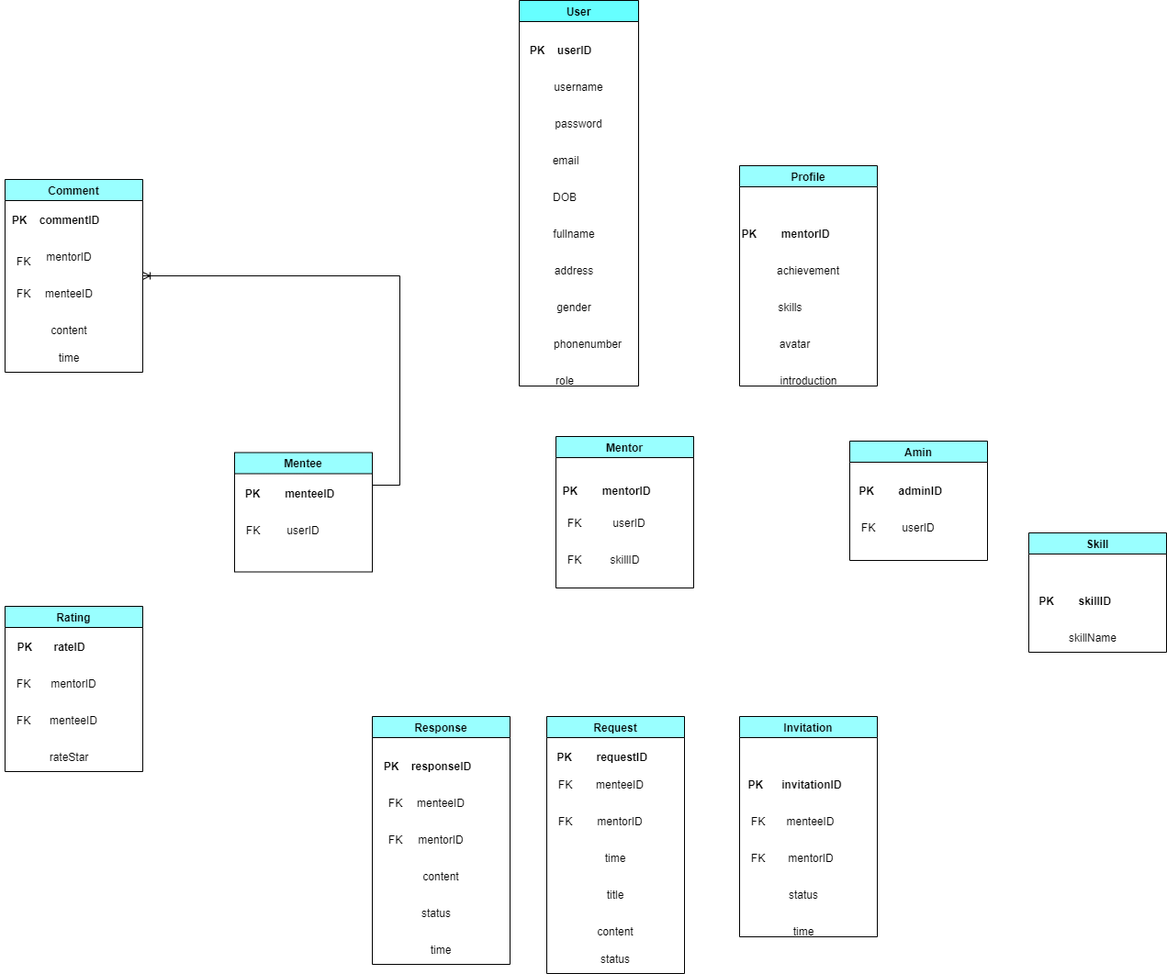
Above: HappyProgramming_DB.drawio.png in dungdt23/SWP391_Document (draw.io), before the change. Source tidied: cells renumbered, new cells last; positions are measured from the earlier drawing's top-left corner, leaving out a move shared by most shapes.
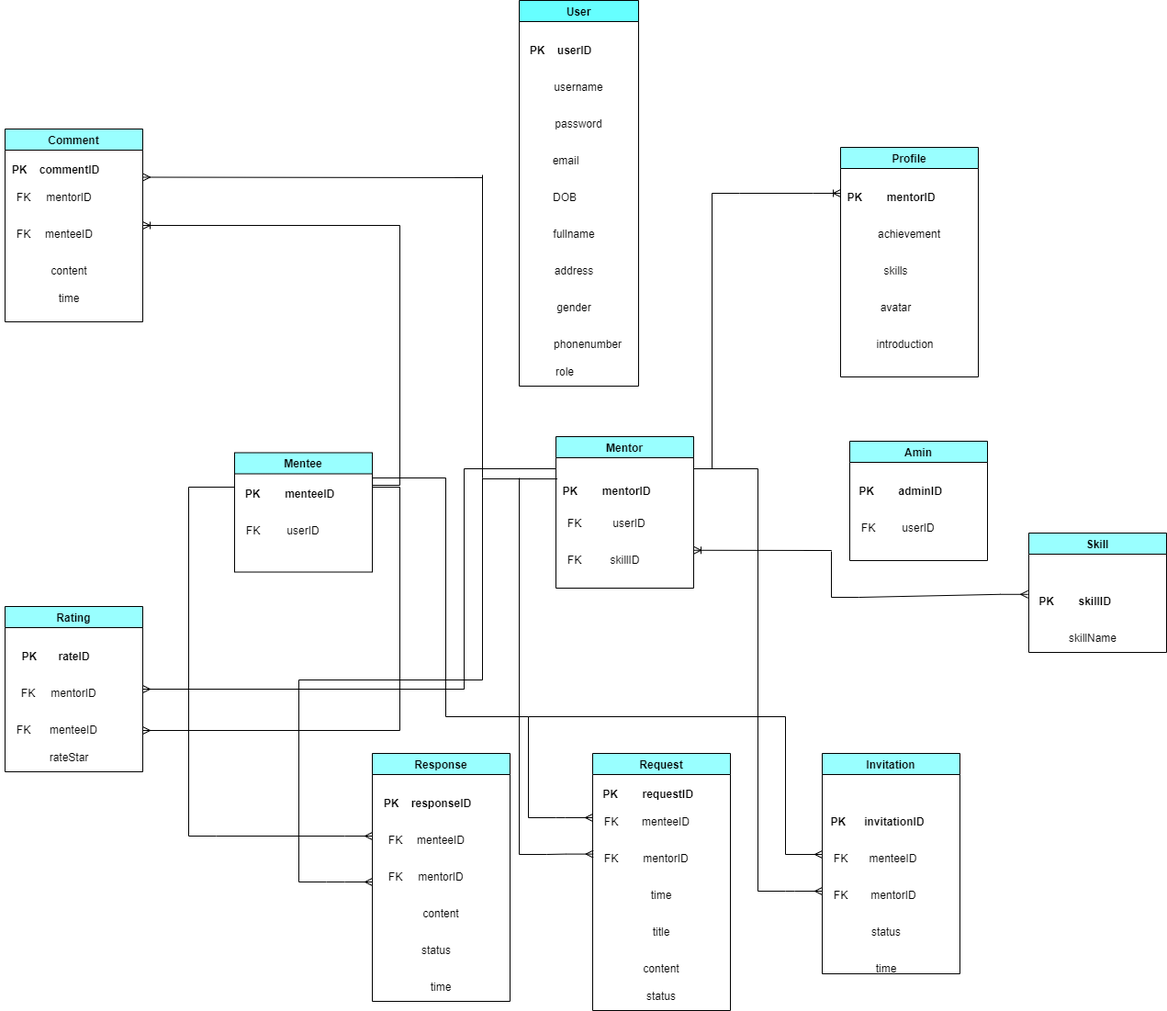
Later version of the same file.

Diff of the diagram source:
```diff
@@ -33,7 +33,7 @@
       <mxGeometry x="45" y="360" width="60" height="30" as="geometry" />
     </mxCell>
     <mxCell id="12" value="role" style="text;html=1;strokeColor=none;fillColor=none;align=center;verticalAlign=middle;whiteSpace=wrap;rounded=0;" parent="2" vertex="1">
-      <mxGeometry x="20" y="400" width="60" height="30" as="geometry" />
+      <mxGeometry x="20" y="390" width="60" height="30" as="geometry" />
     </mxCell>
     <mxCell id="13" value="Amin" style="swimlane;fillColor=#99FFFF;" parent="1" vertex="1">
       <mxGeometry x="925" y="480" width="150" height="130" as="geometry" />
@@ -87,7 +87,7 @@
       <mxGeometry x="40" y="100" width="60" height="30" as="geometry" />
     </mxCell>
     <mxCell id="30" value="Request" style="swimlane;fillColor=#99FFFF;" parent="1" vertex="1">
-      <mxGeometry x="595" y="780" width="150" height="280" as="geometry" />
+      <mxGeometry x="645" y="820" width="150" height="280" as="geometry" />
     </mxCell>
     <mxCell id="31" value="&lt;b&gt;PK&amp;nbsp;&amp;nbsp;&amp;nbsp;&amp;nbsp;&amp;nbsp;&amp;nbsp;&amp;nbsp; requestID&lt;/b&gt;" style="text;html=1;align=center;verticalAlign=middle;strokeColor=none;fillColor=none;" parent="30" vertex="1">
       <mxGeometry y="30" width="120" height="30" as="geometry" />
@@ -120,25 +120,25 @@
       <mxGeometry x="5" y="660" width="150" height="180" as="geometry" />
     </mxCell>
     <mxCell id="41" value="&lt;b&gt;PK&amp;nbsp;&amp;nbsp;&amp;nbsp;&amp;nbsp;&amp;nbsp;&amp;nbsp; rateID&lt;/b&gt;" style="text;html=1;align=center;verticalAlign=middle;strokeColor=none;fillColor=none;" parent="40" vertex="1">
-      <mxGeometry y="30" width="100" height="30" as="geometry" />
+      <mxGeometry x="5" y="40" width="100" height="30" as="geometry" />
     </mxCell>
     <mxCell id="42" value="mentorID" style="text;html=1;strokeColor=none;fillColor=none;align=center;verticalAlign=middle;whiteSpace=wrap;rounded=0;" parent="40" vertex="1">
-      <mxGeometry x="45" y="70" width="60" height="30" as="geometry" />
+      <mxGeometry x="45" y="80" width="60" height="30" as="geometry" />
     </mxCell>
     <mxCell id="43" value="FK" style="text;html=1;align=center;verticalAlign=middle;strokeColor=none;fillColor=none;" parent="40" vertex="1">
-      <mxGeometry y="70" width="40" height="30" as="geometry" />
+      <mxGeometry x="5" y="80" width="40" height="30" as="geometry" />
     </mxCell>
     <mxCell id="44" value="menteeID" style="text;html=1;strokeColor=none;fillColor=none;align=center;verticalAlign=middle;whiteSpace=wrap;rounded=0;" parent="40" vertex="1">
-      <mxGeometry x="45" y="110" width="60" height="30" as="geometry" />
+      <mxGeometry x="45" y="120" width="60" height="30" as="geometry" />
     </mxCell>
     <mxCell id="45" value="FK" style="text;html=1;align=center;verticalAlign=middle;strokeColor=none;fillColor=none;" parent="40" vertex="1">
-      <mxGeometry y="110" width="40" height="30" as="geometry" />
+      <mxGeometry y="120" width="40" height="30" as="geometry" />
     </mxCell>
     <mxCell id="46" value="rateStar" style="text;html=1;strokeColor=none;fillColor=none;align=center;verticalAlign=middle;whiteSpace=wrap;rounded=0;" parent="40" vertex="1">
       <mxGeometry x="40" y="150" width="60" height="30" as="geometry" />
     </mxCell>
     <mxCell id="47" value="Invitation" style="swimlane;fillColor=#99FFFF;" parent="1" vertex="1">
-      <mxGeometry x="805" y="780" width="150" height="240" as="geometry" />
+      <mxGeometry x="895" y="820" width="150" height="240" as="geometry" />
     </mxCell>
     <mxCell id="48" value="&lt;b&gt;PK&amp;nbsp; &amp;nbsp; &amp;nbsp; invitationID&lt;/b&gt;" style="text;html=1;align=center;verticalAlign=middle;strokeColor=none;fillColor=none;" parent="47" vertex="1">
       <mxGeometry x="-5" y="60" width="130" height="30" as="geometry" />
@@ -162,7 +162,7 @@
       <mxGeometry x="40" y="220" width="60" height="30" as="geometry" />
     </mxCell>
     <mxCell id="55" value="Response" style="swimlane;fillColor=#99FFFF;" parent="1" vertex="1">
-      <mxGeometry x="405" y="780" width="150" height="270" as="geometry" />
+      <mxGeometry x="405" y="820" width="150" height="270" as="geometry" />
     </mxCell>
     <mxCell id="56" value="&lt;b&gt;PK&amp;nbsp; &amp;nbsp; responseID&lt;/b&gt;" style="text;html=1;align=center;verticalAlign=middle;strokeColor=none;fillColor=none;" parent="55" vertex="1">
       <mxGeometry y="40" width="120" height="30" as="geometry" />
@@ -189,51 +189,234 @@
       <mxGeometry x="45" y="240" width="60" height="30" as="geometry" />
     </mxCell>
     <mxCell id="64" value="Comment" style="swimlane;fillColor=#99FFFF;" parent="1" vertex="1">
-      <mxGeometry x="5" y="195" width="150" height="210" as="geometry" />
+      <mxGeometry x="5" y="140" width="150" height="210" as="geometry" />
     </mxCell>
     <mxCell id="65" value="&lt;b&gt;PK&amp;nbsp; &amp;nbsp; commentID&lt;/b&gt;" style="text;html=1;align=center;verticalAlign=middle;strokeColor=none;fillColor=none;" parent="64" vertex="1">
       <mxGeometry x="-5" y="30" width="120" height="30" as="geometry" />
     </mxCell>
     <mxCell id="66" value="mentorID" style="text;html=1;strokeColor=none;fillColor=none;align=center;verticalAlign=middle;whiteSpace=wrap;rounded=0;" parent="64" vertex="1">
-      <mxGeometry x="40" y="70" width="60" height="30" as="geometry" />
+      <mxGeometry x="40" y="60" width="60" height="30" as="geometry" />
     </mxCell>
     <mxCell id="67" value="FK" style="text;html=1;align=center;verticalAlign=middle;strokeColor=none;fillColor=none;" parent="64" vertex="1">
-      <mxGeometry y="75" width="40" height="30" as="geometry" />
+      <mxGeometry y="60" width="40" height="30" as="geometry" />
     </mxCell>
     <mxCell id="68" value="menteeID" style="text;html=1;strokeColor=none;fillColor=none;align=center;verticalAlign=middle;whiteSpace=wrap;rounded=0;" parent="64" vertex="1">
-      <mxGeometry x="40" y="110" width="60" height="30" as="geometry" />
+      <mxGeometry x="40" y="100" width="60" height="30" as="geometry" />
     </mxCell>
     <mxCell id="69" value="FK" style="text;html=1;align=center;verticalAlign=middle;strokeColor=none;fillColor=none;" parent="64" vertex="1">
-      <mxGeometry y="110" width="40" height="30" as="geometry" />
+      <mxGeometry y="100" width="40" height="30" as="geometry" />
     </mxCell>
     <mxCell id="70" value="content" style="text;html=1;strokeColor=none;fillColor=none;align=center;verticalAlign=middle;whiteSpace=wrap;rounded=0;" parent="64" vertex="1">
-      <mxGeometry x="40" y="150" width="60" height="30" as="geometry" />
+      <mxGeometry x="40" y="140" width="60" height="30" as="geometry" />
     </mxCell>
     <mxCell id="71" value="time" style="text;html=1;strokeColor=none;fillColor=none;align=center;verticalAlign=middle;whiteSpace=wrap;rounded=0;" parent="64" vertex="1">
-      <mxGeometry x="40" y="180" width="60" height="30" as="geometry" />
+      <mxGeometry x="40" y="170" width="60" height="30" as="geometry" />
     </mxCell>
     <mxCell id="72" value="Profile" style="swimlane;fillColor=#99FFFF;" parent="1" vertex="1">
-      <mxGeometry x="805" y="180" width="150" height="240" as="geometry" />
+      <mxGeometry x="915" y="160" width="150" height="250" as="geometry" />
     </mxCell>
     <mxCell id="73" value="&lt;b&gt;PK&amp;nbsp;&amp;nbsp;&amp;nbsp;&amp;nbsp;&amp;nbsp;&amp;nbsp;&amp;nbsp; mentorID&lt;/b&gt;" style="text;html=1;align=center;verticalAlign=middle;points=[];strokeColor=none;fillColor=none;" parent="72" vertex="1">
-      <mxGeometry x="-10" y="60" width="120" height="30" as="geometry" />
+      <mxGeometry x="-5" y="40" width="120" height="30" as="geometry" />
     </mxCell>
     <mxCell id="74" value="achievement" style="text;html=1;strokeColor=none;fillColor=none;align=center;verticalAlign=middle;whiteSpace=wrap;rounded=0;" parent="72" vertex="1">
-      <mxGeometry x="45" y="100" width="60" height="30" as="geometry" />
+      <mxGeometry x="45" y="80" width="60" height="30" as="geometry" />
     </mxCell>
     <mxCell id="75" value="skills" style="text;html=1;align=center;verticalAlign=middle;strokeColor=none;fillColor=none;" parent="72" vertex="1">
-      <mxGeometry x="30" y="140" width="50" height="30" as="geometry" />
+      <mxGeometry x="35" y="120" width="50" height="30" as="geometry" />
     </mxCell>
     <mxCell id="76" value="avatar" style="text;html=1;align=center;verticalAlign=middle;strokeColor=none;fillColor=none;" parent="72" vertex="1">
-      <mxGeometry x="30" y="180" width="60" height="30" as="geometry" />
+      <mxGeometry x="30" y="160" width="60" height="30" as="geometry" />
     </mxCell>
     <mxCell id="77" value="introduction" style="text;html=1;align=center;verticalAlign=middle;strokeColor=none;fillColor=none;" parent="72" vertex="1">
-      <mxGeometry x="30" y="220" width="90" height="30" as="geometry" />
+      <mxGeometry x="25" y="200" width="90" height="30" as="geometry" />
     </mxCell>
     <mxCell id="78" style="edgeStyle=entityRelationEdgeStyle;fontSize=12;html=1;endArrow=ERoneToMany;rounded=0;entryX=1;entryY=0.5;entryDx=0;entryDy=0;" parent="1" edge="1" target="64">
       <mxGeometry relative="1" as="geometry">
         <mxPoint x="405" y="528" as="sourcePoint" />
       </mxGeometry>
     </mxCell>
+    <mxCell id="79" style="edgeStyle=entityRelationEdgeStyle;fontSize=12;html=1;endArrow=ERmany;rounded=0;entryX=1;entryY=0.75;entryDx=0;entryDy=0;" parent="1" edge="1" target="40">
+      <mxGeometry relative="1" as="geometry">
+        <mxPoint x="405" y="530" as="sourcePoint" />
+      </mxGeometry>
+    </mxCell>
+    <mxCell id="80" style="endArrow=none;html=1;rounded=0;entryX=0.054;entryY=0.035;entryDx=0;entryDy=0;entryPerimeter=0;" parent="1" edge="1" target="22">
+      <mxGeometry relative="1" as="geometry">
+        <mxPoint x="525" y="521" as="sourcePoint" />
+      </mxGeometry>
+    </mxCell>
+    <mxCell id="81" style="endArrow=none;html=1;rounded=0;" parent="1" edge="1">
+      <mxGeometry relative="1" as="geometry">
+        <mxPoint x="525" y="740" as="sourcePoint" />
+        <mxPoint x="525" y="520" as="targetPoint" />
+      </mxGeometry>
+    </mxCell>
+    <mxCell id="82" style="endArrow=none;html=1;rounded=0;" parent="1" edge="1">
+      <mxGeometry relative="1" as="geometry">
+        <mxPoint x="325" y="740" as="sourcePoint" />
+        <mxPoint x="525" y="740" as="targetPoint" />
+      </mxGeometry>
+    </mxCell>
+    <mxCell id="83" style="endArrow=none;html=1;rounded=0;" parent="1" edge="1">
+      <mxGeometry relative="1" as="geometry">
+        <mxPoint x="325" y="960" as="sourcePoint" />
+        <mxPoint x="325" y="740" as="targetPoint" />
+      </mxGeometry>
+    </mxCell>
+    <mxCell id="84" style="edgeStyle=entityRelationEdgeStyle;fontSize=12;html=1;endArrow=ERmany;rounded=0;" parent="1" edge="1">
+      <mxGeometry relative="1" as="geometry">
+        <mxPoint x="325" y="960" as="sourcePoint" />
+        <mxPoint x="405" y="960" as="targetPoint" />
+      </mxGeometry>
+    </mxCell>
+    <mxCell id="85" style="endArrow=none;html=1;rounded=0;" parent="1" edge="1">
+      <mxGeometry relative="1" as="geometry">
+        <mxPoint x="205" y="530" as="sourcePoint" />
+        <mxPoint x="255" y="530" as="targetPoint" />
+      </mxGeometry>
+    </mxCell>
+    <mxCell id="86" style="endArrow=none;html=1;rounded=0;" parent="1" edge="1">
+      <mxGeometry relative="1" as="geometry">
+        <mxPoint x="205" y="910" as="sourcePoint" />
+        <mxPoint x="205" y="530" as="targetPoint" />
+      </mxGeometry>
+    </mxCell>
+    <mxCell id="87" style="edgeStyle=entityRelationEdgeStyle;fontSize=12;html=1;endArrow=ERmany;rounded=0;" parent="1" edge="1">
+      <mxGeometry relative="1" as="geometry">
+        <mxPoint x="205" y="910" as="sourcePoint" />
+        <mxPoint x="405" y="910" as="targetPoint" />
+      </mxGeometry>
+    </mxCell>
+    <mxCell id="88" style="endArrow=none;html=1;rounded=0;" parent="1" edge="1">
+      <mxGeometry relative="1" as="geometry">
+        <mxPoint x="565" y="930" as="sourcePoint" />
+        <mxPoint x="565" y="520" as="targetPoint" />
+      </mxGeometry>
+    </mxCell>
+    <mxCell id="89" style="endArrow=none;html=1;rounded=0;" parent="1" edge="1">
+      <mxGeometry relative="1" as="geometry">
+        <mxPoint x="405" y="520" as="sourcePoint" />
+        <mxPoint x="485" y="520" as="targetPoint" />
+      </mxGeometry>
+    </mxCell>
+    <mxCell id="90" style="endArrow=none;html=1;rounded=0;" parent="1" edge="1">
+      <mxGeometry relative="1" as="geometry">
+        <mxPoint x="485" y="780" as="sourcePoint" />
+        <mxPoint x="485" y="520" as="targetPoint" />
+      </mxGeometry>
+    </mxCell>
+    <mxCell id="91" style="endArrow=none;html=1;rounded=0;" parent="1" edge="1">
+      <mxGeometry relative="1" as="geometry">
+        <mxPoint x="485" y="780" as="sourcePoint" />
+        <mxPoint x="575" y="780" as="targetPoint" />
+      </mxGeometry>
+    </mxCell>
+    <mxCell id="92" style="endArrow=none;html=1;rounded=0;" parent="1" edge="1">
+      <mxGeometry relative="1" as="geometry">
+        <mxPoint x="575" y="890" as="sourcePoint" />
+        <mxPoint x="575" y="780" as="targetPoint" />
+      </mxGeometry>
+    </mxCell>
+    <mxCell id="93" style="edgeStyle=entityRelationEdgeStyle;fontSize=12;html=1;endArrow=ERmany;rounded=0;entryX=0;entryY=0.333;entryDx=0;entryDy=0;entryPerimeter=0;" parent="1" edge="1" target="34">
+      <mxGeometry relative="1" as="geometry">
+        <mxPoint x="575" y="890" as="sourcePoint" />
+      </mxGeometry>
+    </mxCell>
+    <mxCell id="94" style="edgeStyle=entityRelationEdgeStyle;fontSize=12;html=1;endArrow=ERmany;rounded=0;entryX=0.016;entryY=0.32;entryDx=0;entryDy=0;entryPerimeter=0;" parent="1" edge="1" target="35">
+      <mxGeometry relative="1" as="geometry">
+        <mxPoint x="565" y="930" as="sourcePoint" />
+      </mxGeometry>
+    </mxCell>
+    <mxCell id="95" style="endArrow=none;html=1;rounded=0;" parent="1" edge="1">
+      <mxGeometry relative="1" as="geometry">
+        <mxPoint x="825" y="510" as="sourcePoint" />
+        <mxPoint x="755" y="510" as="targetPoint" />
+      </mxGeometry>
+    </mxCell>
+    <mxCell id="96" style="endArrow=none;html=1;rounded=0;" parent="1" edge="1">
+      <mxGeometry relative="1" as="geometry">
+        <mxPoint x="825" y="970" as="sourcePoint" />
+        <mxPoint x="825" y="510" as="targetPoint" />
+      </mxGeometry>
+    </mxCell>
+    <mxCell id="97" style="edgeStyle=entityRelationEdgeStyle;fontSize=12;html=1;endArrow=ERmany;rounded=0;" parent="1" edge="1">
+      <mxGeometry relative="1" as="geometry">
+        <mxPoint x="825" y="970" as="sourcePoint" />
+        <mxPoint x="895" y="970" as="targetPoint" />
+      </mxGeometry>
+    </mxCell>
+    <mxCell id="98" style="endArrow=none;html=1;rounded=0;" parent="1" edge="1">
+      <mxGeometry relative="1" as="geometry">
+        <mxPoint x="575" y="780" as="sourcePoint" />
+        <mxPoint x="855" y="780" as="targetPoint" />
+      </mxGeometry>
+    </mxCell>
+    <mxCell id="99" style="endArrow=none;html=1;rounded=0;" parent="1" edge="1">
+      <mxGeometry relative="1" as="geometry">
+        <mxPoint x="855" y="930" as="sourcePoint" />
+        <mxPoint x="855" y="780" as="targetPoint" />
+      </mxGeometry>
+    </mxCell>
+    <mxCell id="100" style="edgeStyle=entityRelationEdgeStyle;fontSize=12;html=1;endArrow=ERmany;rounded=0;" parent="1" edge="1">
+      <mxGeometry relative="1" as="geometry">
+        <mxPoint x="855" y="930" as="sourcePoint" />
+        <mxPoint x="895" y="930" as="targetPoint" />
+      </mxGeometry>
+    </mxCell>
+    <mxCell id="101" style="endArrow=none;html=1;rounded=0;" parent="1" edge="1">
+      <mxGeometry relative="1" as="geometry">
+        <mxPoint x="525" y="520" as="sourcePoint" />
+        <mxPoint x="525" y="190" as="targetPoint" />
+      </mxGeometry>
+    </mxCell>
+    <mxCell id="102" style="edgeStyle=entityRelationEdgeStyle;fontSize=12;html=1;endArrow=ERmany;rounded=0;entryX=1;entryY=0.25;entryDx=0;entryDy=0;" parent="1" edge="1" target="64">
+      <mxGeometry relative="1" as="geometry">
+        <mxPoint x="495" y="193" as="sourcePoint" />
+      </mxGeometry>
+    </mxCell>
+    <mxCell id="103" style="endArrow=none;html=1;rounded=0;" parent="1" edge="1">
+      <mxGeometry relative="1" as="geometry">
+        <mxPoint x="505" y="510" as="sourcePoint" />
+        <mxPoint x="605" y="510" as="targetPoint" />
+      </mxGeometry>
+    </mxCell>
+    <mxCell id="104" style="endArrow=none;html=1;rounded=0;" parent="1" edge="1">
+      <mxGeometry relative="1" as="geometry">
+        <mxPoint x="505" y="750" as="sourcePoint" />
+        <mxPoint x="505" y="510" as="targetPoint" />
+      </mxGeometry>
+    </mxCell>
+    <mxCell id="105" style="edgeStyle=entityRelationEdgeStyle;fontSize=12;html=1;endArrow=ERmany;rounded=0;entryX=1;entryY=0.5;entryDx=0;entryDy=0;" parent="1" edge="1" target="40">
+      <mxGeometry relative="1" as="geometry">
+        <mxPoint x="475" y="750" as="sourcePoint" />
+      </mxGeometry>
+    </mxCell>
+    <mxCell id="106" style="edgeStyle=entityRelationEdgeStyle;fontSize=12;html=1;endArrow=ERoneToMany;rounded=0;entryX=1;entryY=0.75;entryDx=0;entryDy=0;" parent="1" edge="1" target="21">
+      <mxGeometry relative="1" as="geometry">
+        <mxPoint x="875" y="599" as="sourcePoint" />
+      </mxGeometry>
+    </mxCell>
+    <mxCell id="107" style="endArrow=none;html=1;rounded=0;" parent="1" edge="1">
+      <mxGeometry relative="1" as="geometry">
+        <mxPoint x="905" y="650" as="sourcePoint" />
+        <mxPoint x="905" y="600" as="targetPoint" />
+      </mxGeometry>
+    </mxCell>
+    <mxCell id="108" style="edgeStyle=entityRelationEdgeStyle;fontSize=12;html=1;endArrow=ERmany;rounded=0;entryX=-0.009;entryY=0.226;entryDx=0;entryDy=0;entryPerimeter=0;" parent="1" edge="1" target="28">
+      <mxGeometry relative="1" as="geometry">
+        <mxPoint x="905" y="650" as="sourcePoint" />
+      </mxGeometry>
+    </mxCell>
+    <mxCell id="109" style="endArrow=none;html=1;rounded=0;" parent="1" edge="1">
+      <mxGeometry relative="1" as="geometry">
+        <mxPoint x="775" y="510" as="sourcePoint" />
+        <mxPoint x="775" y="210" as="targetPoint" />
+      </mxGeometry>
+    </mxCell>
+    <mxCell id="110" style="edgeStyle=entityRelationEdgeStyle;fontSize=12;html=1;endArrow=ERoneToMany;rounded=0;entryX=0.042;entryY=0.333;entryDx=0;entryDy=0;entryPerimeter=0;" parent="1" edge="1" target="73">
+      <mxGeometry relative="1" as="geometry">
+        <mxPoint x="775" y="210" as="sourcePoint" />
+      </mxGeometry>
+    </mxCell>
   </root>
 </mxGraphModel>
```
